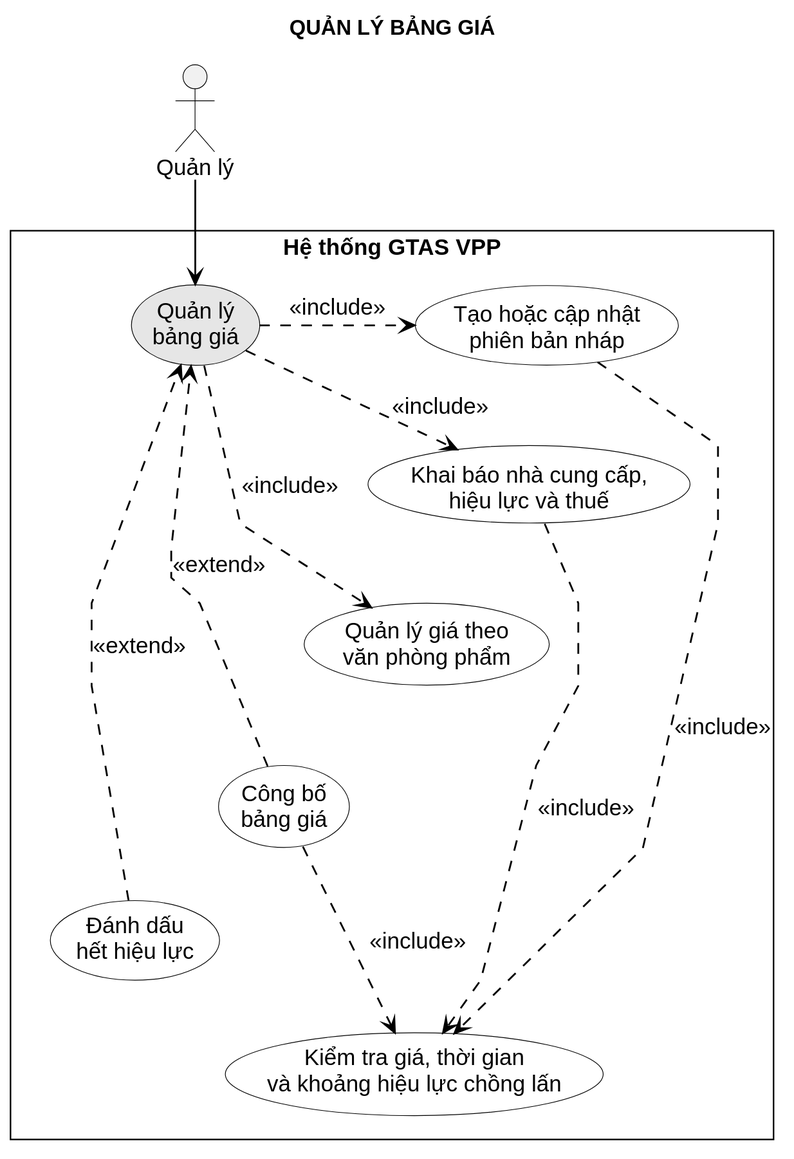
This is LVTN/diagrams/ch03/use-case-manage-pricing.svg from Miikey24s/gtas_vpp, a PlantUML export, as it was before one commit.
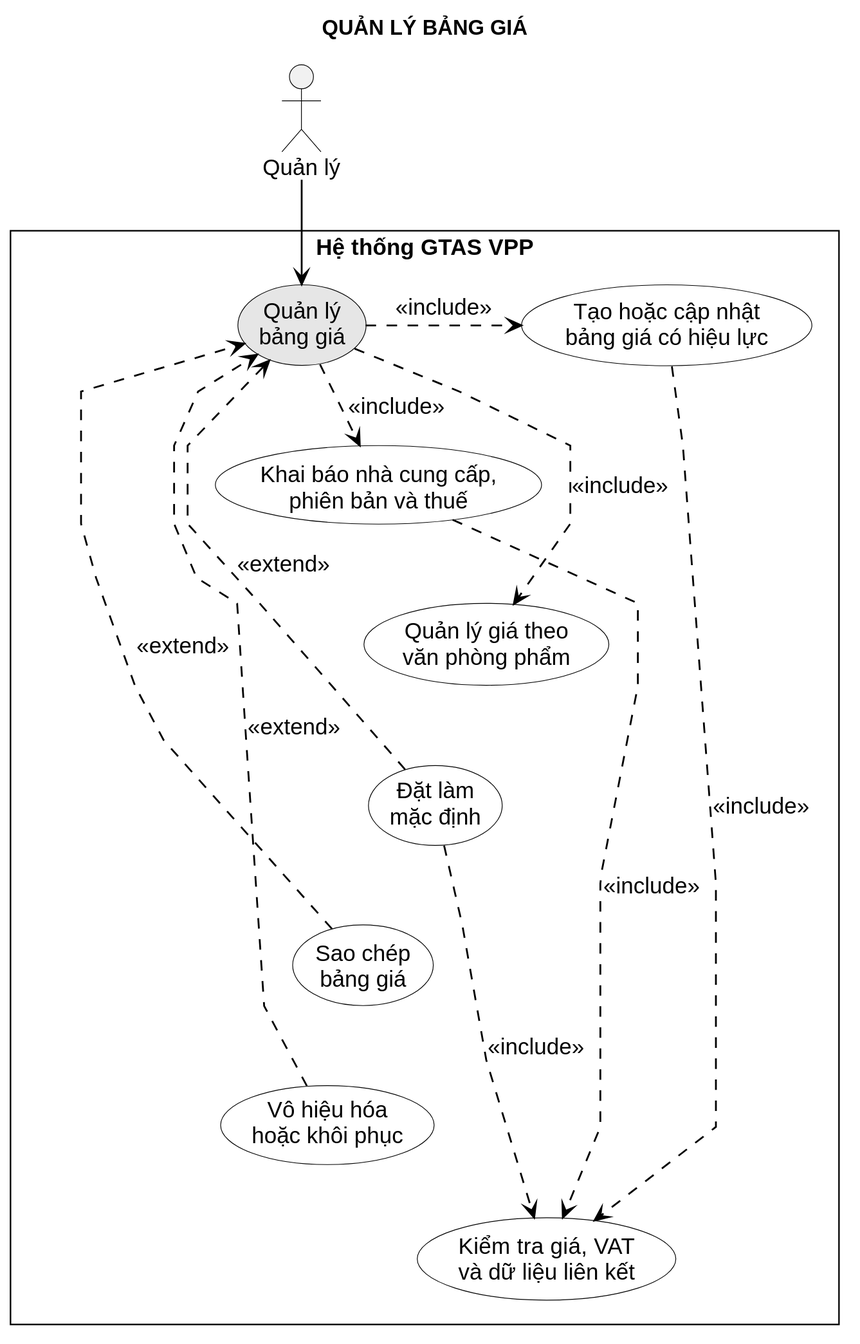
Later version of the same file.

What changed in the source:
```diff
@@ -6,28 +6,31 @@
 
 rectangle "Hệ thống GTAS VPP" {
   usecase "Quản lý\nbảng giá" as PriceList #E6E6E6
-  usecase "Tạo hoặc cập nhật\nphiên bản nháp" as SaveList
-  usecase "Khai báo nhà cung cấp,\nhiệu lực và thuế" as Commercial
+  usecase "Tạo hoặc cập nhật\nbảng giá có hiệu lực" as SaveList
+  usecase "Khai báo nhà cung cấp,\nphiên bản và thuế" as Commercial
   usecase "Quản lý giá theo\nvăn phòng phẩm" as Price
-  usecase "Công bố\nbảng giá" as Publish
-  usecase "Đánh dấu\nhết hiệu lực" as Expire
-  usecase "Kiểm tra giá, thời gian\nvà khoảng hiệu lực chồng lấn" as Validate
+  usecase "Đặt làm\nmặc định" as Default
+  usecase "Sao chép\nbảng giá" as Clone
+  usecase "Vô hiệu hóa\nhoặc khôi phục" as Toggle
+  usecase "Kiểm tra giá, VAT\nvà dữ liệu liên kết" as Validate
 
   PriceList -[hidden]right- SaveList
   PriceList .> SaveList : <<include>>
   PriceList .> Commercial : <<include>>
   PriceList .> Price : <<include>>
-  Publish .> PriceList : <<extend>>
-  Expire .> PriceList : <<extend>>
+  Default .> PriceList : <<extend>>
+  Clone .> PriceList : <<extend>>
+  Toggle .> PriceList : <<extend>>
   SaveList .> Validate : <<include>>
   Commercial .> Validate : <<include>>
-  Publish .> Validate : <<include>>
+  Default .> Validate : <<include>>
 
   SaveList -[hidden]down- Commercial
   Commercial -[hidden]down- Price
-  Price -[hidden]down- Publish
-  Publish -[hidden]down- Expire
-  Expire -[hidden]down- Validate
+  Price -[hidden]down- Default
+  Default -[hidden]down- Clone
+  Clone -[hidden]down- Toggle
+  Toggle -[hidden]down- Validate
 }
 
 Procurement --> PriceList
```
